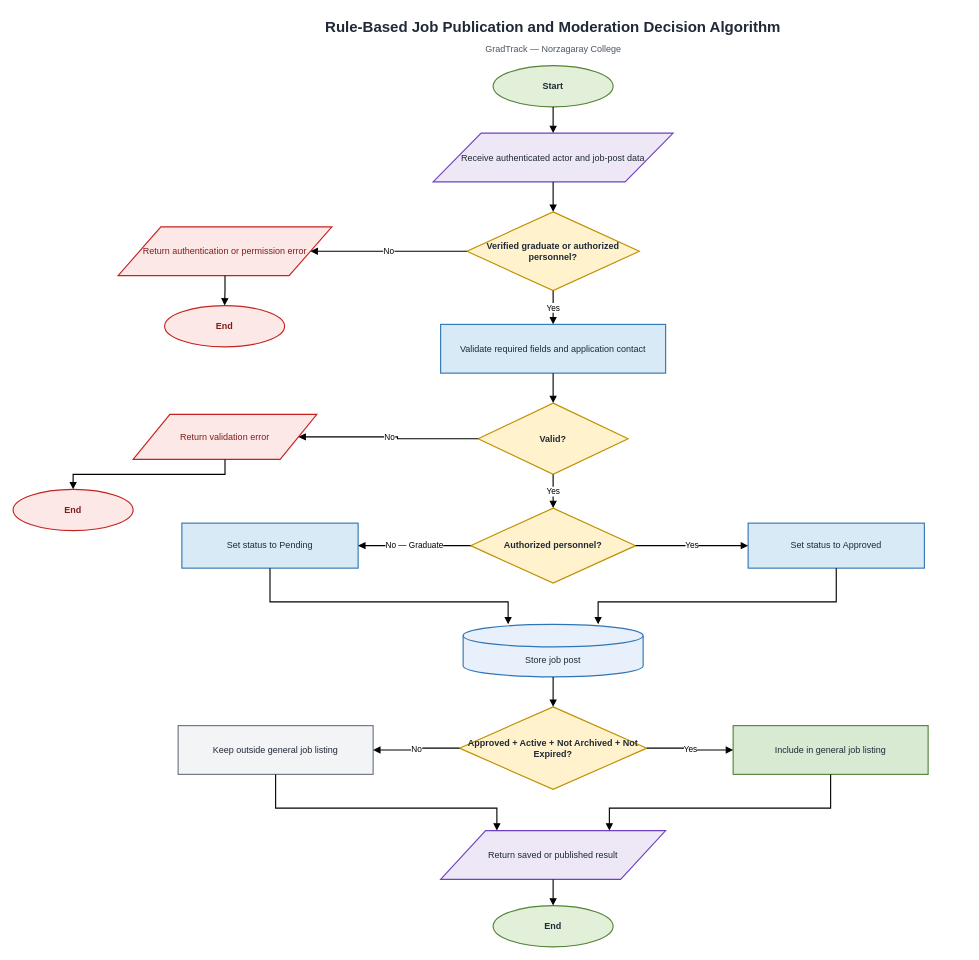
Before: page "01 - Rule-Based Decision" (1 of 9) of docs/flowcharts/GradTrack_System_Algorithms.drawio in Dzp4ul/GradTrack, a draw.io diagram. Source tidied: cells renumbered, new cells numbered last; positions are measured from the earlier drawing's top-left corner, leaving out a move shared by most shapes. Both pictures are drawn from the tidied source at 75%, with x=0, y=0 at pixel (13, 13).
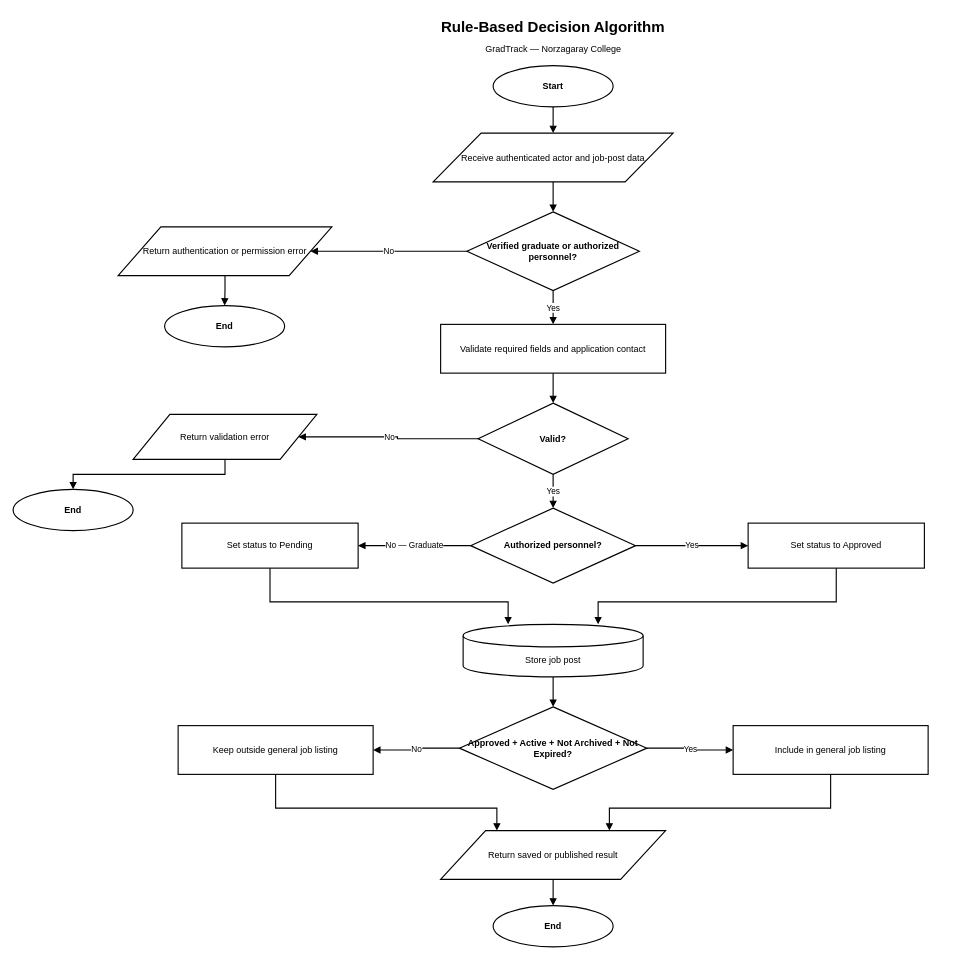
The same diagram, later.

Diff of the diagram source:
```diff
@@
-    <mxCell id="2" value="Rule-Based Job Publication and Moderation Decision Algorithm" style="text;html=1;align=center;verticalAlign=middle;whiteSpace=wrap;fontFamily=Arial;fontSize=20;fontStyle=1;fontColor=#1F2937;" parent="1" vertex="1">
+    <mxCell id="2" value="Rule-Based Decision Algorithm" style="text;html=1;align=center;verticalAlign=middle;whiteSpace=wrap;fontFamily=Arial;fontSize=20;fontStyle=1;fontColor=#000000;" parent="1" vertex="1">
       <mxGeometry x="170" width="1100" height="35" as="geometry" />
     </mxCell>
-    <mxCell id="3" value="GradTrack — Norzagaray College" style="text;html=1;align=center;verticalAlign=middle;fontFamily=Arial;fontSize=12;fontColor=#4B5563;" parent="1" vertex="1">
+    <mxCell id="3" value="GradTrack — Norzagaray College" style="text;html=1;align=center;verticalAlign=middle;fontFamily=Arial;fontSize=12;fontColor=#000000;" parent="1" vertex="1">
       <mxGeometry x="520" y="35" width="400" height="25" as="geometry" />
     </mxCell>
-    <mxCell id="4" value="Start" style="ellipse;whiteSpace=wrap;html=1;fillColor=#E2F0D9;strokeColor=#548235;strokeWidth=1.5;fontFamily=Arial;fontSize=12;fontStyle=1;fontColor=#1F2937;" parent="1" vertex="1">
+    <mxCell id="4" value="Start" style="ellipse;whiteSpace=wrap;html=1;fillColor=#FFFFFF;strokeColor=#000000;strokeWidth=1.5;fontFamily=Arial;fontSize=12;fontStyle=1;fontColor=#000000;" parent="1" vertex="1">
       <mxGeometry x="640" y="70" width="160" height="55" as="geometry" />
     </mxCell>
-    <mxCell id="5" value="Receive authenticated actor and job-post data" style="shape=parallelogram;perimeter=parallelogramPerimeter;whiteSpace=wrap;html=1;fillColor=#EDE7F6;strokeColor=#6F42C1;strokeWidth=1.5;fontFamily=Arial;fontSize=12;fontColor=#1F2937;" parent="1" vertex="1">
+    <mxCell id="5" value="Receive authenticated actor and job-post data" style="shape=parallelogram;perimeter=parallelogramPerimeter;whiteSpace=wrap;html=1;fillColor=#FFFFFF;strokeColor=#000000;strokeWidth=1.5;fontFamily=Arial;fontSize=12;fontColor=#000000;" parent="1" vertex="1">
       <mxGeometry x="560" y="160" width="320" height="65" as="geometry" />
     </mxCell>
-    <mxCell id="6" value="Verified graduate or authorized personnel?" style="rhombus;whiteSpace=wrap;html=1;fillColor=#FFF2CC;strokeColor=#BF9000;strokeWidth=1.5;fontFamily=Arial;fontSize=12;fontStyle=1;fontColor=#1F2937;" parent="1" vertex="1">
+    <mxCell id="6" value="Verified graduate or authorized personnel?" style="rhombus;whiteSpace=wrap;html=1;fillColor=#FFFFFF;strokeColor=#000000;strokeWidth=1.5;fontFamily=Arial;fontSize=12;fontStyle=1;fontColor=#000000;" parent="1" vertex="1">
       <mxGeometry x="605" y="265" width="230" height="105" as="geometry" />
     </mxCell>
-    <mxCell id="7" value="Return authentication or permission error" style="shape=parallelogram;perimeter=parallelogramPerimeter;whiteSpace=wrap;html=1;fillColor=#FCE8E6;strokeColor=#C5221F;strokeWidth=1.5;fontFamily=Arial;fontSize=12;fontColor=#7F1D1D;" parent="1" vertex="1">
+    <mxCell id="7" value="Return authentication or permission error" style="shape=parallelogram;perimeter=parallelogramPerimeter;whiteSpace=wrap;html=1;fillColor=#FFFFFF;strokeColor=#000000;strokeWidth=1.5;fontFamily=Arial;fontSize=12;fontColor=#000000;" parent="1" vertex="1">
       <mxGeometry x="140" y="285" width="285" height="65" as="geometry" />
     </mxCell>
-    <mxCell id="8" value="End" style="ellipse;whiteSpace=wrap;html=1;fillColor=#FCE8E6;strokeColor=#C5221F;strokeWidth=1.5;fontFamily=Arial;fontSize=12;fontStyle=1;fontColor=#7F1D1D;" parent="1" vertex="1">
+    <mxCell id="8" value="End" style="ellipse;whiteSpace=wrap;html=1;fillColor=#FFFFFF;strokeColor=#000000;strokeWidth=1.5;fontFamily=Arial;fontSize=12;fontStyle=1;fontColor=#000000;" parent="1" vertex="1">
       <mxGeometry x="202" y="390" width="160" height="55" as="geometry" />
     </mxCell>
-    <mxCell id="9" value="Validate required fields and application contact" style="rounded=0;whiteSpace=wrap;html=1;fillColor=#D9EAF7;strokeColor=#2F75B5;strokeWidth=1.5;fontFamily=Arial;fontSize=12;fontColor=#1F2937;" parent="1" vertex="1">
+    <mxCell id="9" value="Validate required fields and application contact" style="rounded=0;whiteSpace=wrap;html=1;fillColor=#FFFFFF;strokeColor=#000000;strokeWidth=1.5;fontFamily=Arial;fontSize=12;fontColor=#000000;" parent="1" vertex="1">
       <mxGeometry x="570" y="415" width="300" height="65" as="geometry" />
     </mxCell>
-    <mxCell id="10" value="Valid?" style="rhombus;whiteSpace=wrap;html=1;fillColor=#FFF2CC;strokeColor=#BF9000;strokeWidth=1.5;fontFamily=Arial;fontSize=12;fontStyle=1;fontColor=#1F2937;" parent="1" vertex="1">
+    <mxCell id="10" value="Valid?" style="rhombus;whiteSpace=wrap;html=1;fillColor=#FFFFFF;strokeColor=#000000;strokeWidth=1.5;fontFamily=Arial;fontSize=12;fontStyle=1;fontColor=#000000;" parent="1" vertex="1">
       <mxGeometry x="620" y="520" width="200" height="95" as="geometry" />
     </mxCell>
-    <mxCell id="11" value="Return validation error" style="shape=parallelogram;perimeter=parallelogramPerimeter;whiteSpace=wrap;html=1;fillColor=#FCE8E6;strokeColor=#C5221F;strokeWidth=1.5;fontFamily=Arial;fontSize=12;fontColor=#7F1D1D;" parent="1" vertex="1">
+    <mxCell id="11" value="Return validation error" style="shape=parallelogram;perimeter=parallelogramPerimeter;whiteSpace=wrap;html=1;fillColor=#FFFFFF;strokeColor=#000000;strokeWidth=1.5;fontFamily=Arial;fontSize=12;fontColor=#000000;" parent="1" vertex="1">
       <mxGeometry x="160" y="535" width="245" height="60" as="geometry" />
     </mxCell>
-    <mxCell id="12" value="End" style="ellipse;whiteSpace=wrap;html=1;fillColor=#FCE8E6;strokeColor=#C5221F;strokeWidth=1.5;fontFamily=Arial;fontSize=12;fontStyle=1;fontColor=#7F1D1D;" parent="1" vertex="1">
+    <mxCell id="12" value="End" style="ellipse;whiteSpace=wrap;html=1;fillColor=#FFFFFF;strokeColor=#000000;strokeWidth=1.5;fontFamily=Arial;fontSize=12;fontStyle=1;fontColor=#000000;" parent="1" vertex="1">
       <mxGeometry y="635" width="160" height="55" as="geometry" />
     </mxCell>
-    <mxCell id="13" value="Authorized personnel?" style="rhombus;whiteSpace=wrap;html=1;fillColor=#FFF2CC;strokeColor=#BF9000;strokeWidth=1.5;fontFamily=Arial;fontSize=12;fontStyle=1;fontColor=#1F2937;" parent="1" vertex="1">
+    <mxCell id="13" value="Authorized personnel?" style="rhombus;whiteSpace=wrap;html=1;fillColor=#FFFFFF;strokeColor=#000000;strokeWidth=1.5;fontFamily=Arial;fontSize=12;fontStyle=1;fontColor=#000000;" parent="1" vertex="1">
       <mxGeometry x="610" y="660" width="220" height="100" as="geometry" />
     </mxCell>
-    <mxCell id="14" value="Set status to Pending" style="rounded=0;whiteSpace=wrap;html=1;fillColor=#D9EAF7;strokeColor=#2F75B5;strokeWidth=1.5;fontFamily=Arial;fontSize=12;fontColor=#1F2937;" parent="1" vertex="1">
+    <mxCell id="14" value="Set status to Pending" style="rounded=0;whiteSpace=wrap;html=1;fillColor=#FFFFFF;strokeColor=#000000;strokeWidth=1.5;fontFamily=Arial;fontSize=12;fontColor=#000000;" parent="1" vertex="1">
       <mxGeometry x="225" y="680" width="235" height="60" as="geometry" />
     </mxCell>
-    <mxCell id="15" value="Set status to Approved" style="rounded=0;whiteSpace=wrap;html=1;fillColor=#D9EAF7;strokeColor=#2F75B5;strokeWidth=1.5;fontFamily=Arial;fontSize=12;fontColor=#1F2937;" parent="1" vertex="1">
+    <mxCell id="15" value="Set status to Approved" style="rounded=0;whiteSpace=wrap;html=1;fillColor=#FFFFFF;strokeColor=#000000;strokeWidth=1.5;fontFamily=Arial;fontSize=12;fontColor=#000000;" parent="1" vertex="1">
       <mxGeometry x="980" y="680" width="235" height="60" as="geometry" />
     </mxCell>
-    <mxCell id="16" value="Store job post" style="shape=cylinder3;whiteSpace=wrap;html=1;boundedLbl=1;backgroundOutline=1;fillColor=#E8F1FB;strokeColor=#2F75B5;strokeWidth=1.5;fontFamily=Arial;fontSize=12;fontColor=#1F2937;" parent="1" vertex="1">
+    <mxCell id="16" value="Store job post" style="shape=cylinder3;whiteSpace=wrap;html=1;boundedLbl=1;backgroundOutline=1;fillColor=#FFFFFF;strokeColor=#000000;strokeWidth=1.5;fontFamily=Arial;fontSize=12;fontColor=#000000;" parent="1" vertex="1">
       <mxGeometry x="600" y="815" width="240" height="70" as="geometry" />
     </mxCell>
-    <mxCell id="17" value="Approved + Active + Not Archived + Not Expired?" style="rhombus;whiteSpace=wrap;html=1;fillColor=#FFF2CC;strokeColor=#BF9000;strokeWidth=1.5;fontFamily=Arial;fontSize=12;fontStyle=1;fontColor=#1F2937;" parent="1" vertex="1">
+    <mxCell id="17" value="Approved + Active + Not Archived + Not Expired?" style="rhombus;whiteSpace=wrap;html=1;fillColor=#FFFFFF;strokeColor=#000000;strokeWidth=1.5;fontFamily=Arial;fontSize=12;fontStyle=1;fontColor=#000000;" parent="1" vertex="1">
       <mxGeometry x="595" y="925" width="250" height="110" as="geometry" />
     </mxCell>
-    <mxCell id="18" value="Keep outside general job listing" style="rounded=0;whiteSpace=wrap;html=1;fillColor=#F3F4F6;strokeColor=#6B7280;strokeWidth=1.5;fontFamily=Arial;fontSize=12;fontColor=#1F2937;" parent="1" vertex="1">
+    <mxCell id="18" value="Keep outside general job listing" style="rounded=0;whiteSpace=wrap;html=1;fillColor=#FFFFFF;strokeColor=#000000;strokeWidth=1.5;fontFamily=Arial;fontSize=12;fontColor=#000000;" parent="1" vertex="1">
       <mxGeometry x="220" y="950" width="260" height="65" as="geometry" />
     </mxCell>
-    <mxCell id="19" value="Include in general job listing" style="rounded=0;whiteSpace=wrap;html=1;fillColor=#D9EAD3;strokeColor=#548235;strokeWidth=1.5;fontFamily=Arial;fontSize=12;fontColor=#1F2937;" parent="1" vertex="1">
+    <mxCell id="19" value="Include in general job listing" style="rounded=0;whiteSpace=wrap;html=1;fillColor=#FFFFFF;strokeColor=#000000;strokeWidth=1.5;fontFamily=Arial;fontSize=12;fontColor=#000000;" parent="1" vertex="1">
       <mxGeometry x="960" y="950" width="260" height="65" as="geometry" />
     </mxCell>
-    <mxCell id="20" value="Return saved or published result" style="shape=parallelogram;perimeter=parallelogramPerimeter;whiteSpace=wrap;html=1;fillColor=#EDE7F6;strokeColor=#6F42C1;strokeWidth=1.5;fontFamily=Arial;fontSize=12;fontColor=#1F2937;" parent="1" vertex="1">
+    <mxCell id="20" value="Return saved or published result" style="shape=parallelogram;perimeter=parallelogramPerimeter;whiteSpace=wrap;html=1;fillColor=#FFFFFF;strokeColor=#000000;strokeWidth=1.5;fontFamily=Arial;fontSize=12;fontColor=#000000;" parent="1" vertex="1">
       <mxGeometry x="570" y="1090" width="300" height="65" as="geometry" />
     </mxCell>
-    <mxCell id="21" value="End" style="ellipse;whiteSpace=wrap;html=1;fillColor=#E2F0D9;strokeColor=#548235;strokeWidth=1.5;fontFamily=Arial;fontSize=12;fontStyle=1;fontColor=#1F2937;" parent="1" vertex="1">
+    <mxCell id="21" value="End" style="ellipse;whiteSpace=wrap;html=1;fillColor=#FFFFFF;strokeColor=#000000;strokeWidth=1.5;fontFamily=Arial;fontSize=12;fontStyle=1;fontColor=#000000;" parent="1" vertex="1">
       <mxGeometry x="640" y="1190" width="160" height="55" as="geometry" />
     </mxCell>
```
